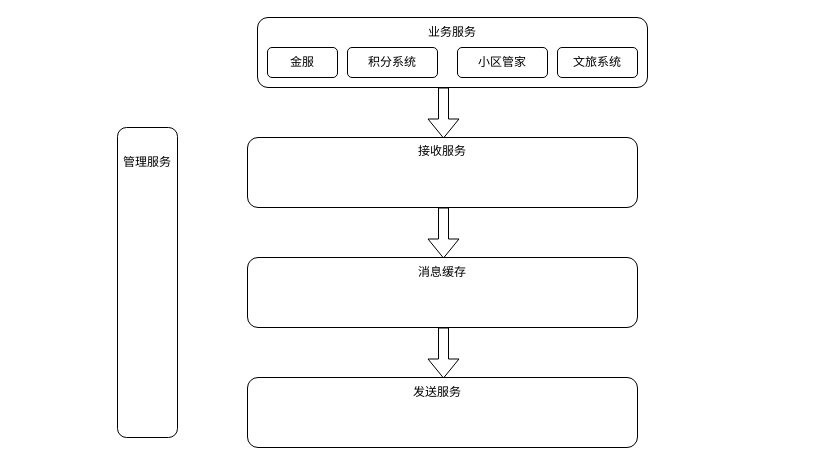
Earlier version of the draw.io diagram 业务架构.drawio (yueming158/draw). Source tidied: cells renumbered, new cells numbered last; positions are measured from the earlier drawing's top-left corner, leaving out a move shared by most shapes. Both pictures are drawn from the tidied source at 100%, with x=0, y=0 at pixel (117, 17).
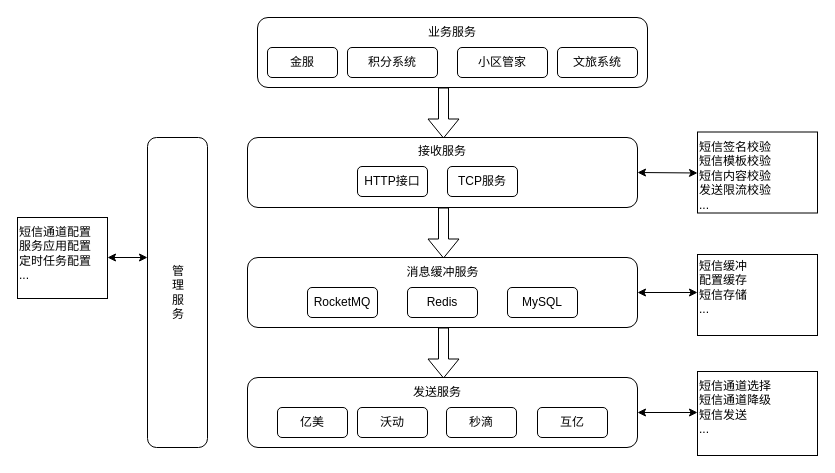
After the change.

Commit message (it also covers changes not shown here):
更新业务架构.drawio

Unchanged cells that the change refers to:
```xml
<mxCell id="5" style="rounded=1;whiteSpace=wrap;html=1;" parent="1" vertex="1">
  <mxGeometry x="130" y="120" width="390" height="70" as="geometry" />
</mxCell>
<mxCell id="7" style="rounded=1;whiteSpace=wrap;html=1;" parent="1" vertex="1">
  <mxGeometry x="130" y="240" width="390" height="70" as="geometry" />
</mxCell>
<mxCell id="9" style="rounded=1;whiteSpace=wrap;html=1;" parent="1" vertex="1">
  <mxGeometry x="130" y="360" width="390" height="70" as="geometry" />
</mxCell>
```

The edit, as a diff of the source:
```diff
@@
-    <mxCell id="10" style="rounded=1;whiteSpace=wrap;html=1;" parent="1" vertex="1">
-      <mxGeometry y="110" width="60" height="310" as="geometry" />
-    </mxCell>
@@
-    <mxCell id="12" value="消息缓存" style="text;html=1;strokeColor=none;fillColor=none;align=center;verticalAlign=middle;whiteSpace=wrap;rounded=0;" parent="1" vertex="1">
-      <mxGeometry x="295" y="240" width="60" height="30" as="geometry" />
+    <mxCell id="12" value="消息缓冲服务" style="text;html=1;strokeColor=none;fillColor=none;align=center;verticalAlign=middle;whiteSpace=wrap;rounded=0;" parent="1" vertex="1">
+      <mxGeometry x="287.5" y="240" width="75" height="30" as="geometry" />
     </mxCell>
@@
-    <mxCell id="14" value="管理服务" style="text;html=1;strokeColor=none;fillColor=none;align=center;verticalAlign=middle;whiteSpace=wrap;rounded=0;" parent="1" vertex="1">
-      <mxGeometry y="130" width="60" height="30" as="geometry" />
-    </mxCell>
@@
+    <mxCell id="19" value="HTTP接口" style="rounded=1;whiteSpace=wrap;html=1;verticalAlign=middle;" parent="1" vertex="1">
+      <mxGeometry x="240" y="149" width="70" height="30" as="geometry" />
+    </mxCell>
+    <mxCell id="20" value="TCP服务" style="rounded=1;whiteSpace=wrap;html=1;verticalAlign=middle;" parent="1" vertex="1">
+      <mxGeometry x="330" y="149" width="70" height="30" as="geometry" />
+    </mxCell>
+    <mxCell id="21" value="RocketMQ" style="rounded=1;whiteSpace=wrap;html=1;" parent="1" vertex="1">
+      <mxGeometry x="190" y="270" width="70" height="30" as="geometry" />
+    </mxCell>
+    <mxCell id="22" value="Redis" style="rounded=1;whiteSpace=wrap;html=1;" parent="1" vertex="1">
+      <mxGeometry x="290" y="270" width="70" height="30" as="geometry" />
+    </mxCell>
+    <mxCell id="23" value="MySQL" style="rounded=1;whiteSpace=wrap;html=1;" parent="1" vertex="1">
+      <mxGeometry x="390" y="270" width="70" height="30" as="geometry" />
+    </mxCell>
+    <mxCell id="24" value="亿美" style="rounded=1;whiteSpace=wrap;html=1;" parent="1" vertex="1">
+      <mxGeometry x="160" y="390" width="70" height="30" as="geometry" />
+    </mxCell>
+    <mxCell id="25" value="沃动" style="rounded=1;whiteSpace=wrap;html=1;" parent="1" vertex="1">
+      <mxGeometry x="240" y="390" width="70" height="30" as="geometry" />
+    </mxCell>
+    <mxCell id="26" value="秒滴" style="rounded=1;whiteSpace=wrap;html=1;" parent="1" vertex="1">
+      <mxGeometry x="329" y="390" width="70" height="30" as="geometry" />
+    </mxCell>
+    <mxCell id="27" value="互亿" style="rounded=1;whiteSpace=wrap;html=1;" parent="1" vertex="1">
+      <mxGeometry x="420" y="390" width="70" height="30" as="geometry" />
+    </mxCell>
+    <mxCell id="28" style="group;" parent="1" vertex="1">
+      <mxGeometry x="30" y="120" width="60" height="310" as="geometry" />
+    </mxCell>
+    <mxCell id="10" style="rounded=1;whiteSpace=wrap;html=1;" parent="28" vertex="1">
+      <mxGeometry width="60" height="310" as="geometry" />
+    </mxCell>
+    <mxCell id="14" value="管理服务" style="text;html=1;strokeColor=none;fillColor=none;align=center;verticalAlign=middle;whiteSpace=wrap;rounded=0;" parent="28" vertex="1">
+      <mxGeometry x="30" y="85" height="140" as="geometry" />
+    </mxCell>
+    <mxCell id="29" style="group;" parent="1" vertex="1">
+      <mxGeometry x="580" y="114.5" width="120" height="81" as="geometry" />
+    </mxCell>
+    <mxCell id="30" style="rounded=0;whiteSpace=wrap;html=1;" parent="29" vertex="1">
+      <mxGeometry width="120" height="81" as="geometry" />
+    </mxCell>
+    <mxCell id="31" value="短信签名校验&lt;br&gt;短信模板校验&lt;br&gt;短信内容校验&lt;br&gt;发送限流校验&lt;br&gt;...&lt;br&gt;" style="text;html=1;strokeColor=none;fillColor=none;align=left;verticalAlign=top;whiteSpace=wrap;rounded=0;horizontal=1;" parent="29" vertex="1">
+      <mxGeometry y="1" width="100" height="80" as="geometry" />
+    </mxCell>
+    <mxCell id="32" style="group;" parent="1" vertex="1">
+      <mxGeometry x="580" y="234" width="120" height="81" as="geometry" />
+    </mxCell>
+    <mxCell id="33" style="rounded=0;whiteSpace=wrap;html=1;" parent="32" vertex="1">
+      <mxGeometry y="3" width="120" height="81" as="geometry" />
+    </mxCell>
+    <mxCell id="34" value="短信缓冲&lt;br&gt;配置缓存&lt;br&gt;短信存储&lt;br&gt;..." style="text;html=1;strokeColor=none;fillColor=none;align=left;verticalAlign=top;whiteSpace=wrap;rounded=0;horizontal=1;" parent="32" vertex="1">
+      <mxGeometry y="1" width="100" height="80" as="geometry" />
+    </mxCell>
+    <mxCell id="35" style="group;" parent="1" vertex="1">
+      <mxGeometry x="580" y="354" width="120" height="81" as="geometry" />
+    </mxCell>
+    <mxCell id="36" style="rounded=0;whiteSpace=wrap;html=1;" parent="35" vertex="1">
+      <mxGeometry width="120" height="84" as="geometry" />
+    </mxCell>
+    <mxCell id="37" value="短信通道选择&lt;br&gt;短信通道降级&lt;br&gt;短信发送&lt;br&gt;..." style="text;html=1;strokeColor=none;fillColor=none;align=left;verticalAlign=top;whiteSpace=wrap;rounded=0;horizontal=1;" parent="35" vertex="1">
+      <mxGeometry y="1" width="100" height="80" as="geometry" />
+    </mxCell>
+    <mxCell id="38" style="group;" parent="1" vertex="1">
+      <mxGeometry x="-100" y="200" width="90" height="81" as="geometry" />
+    </mxCell>
+    <mxCell id="39" style="rounded=0;whiteSpace=wrap;html=1;" parent="38" vertex="1">
+      <mxGeometry width="90" height="81" as="geometry" />
+    </mxCell>
+    <mxCell id="40" value="短信通道配置&lt;br&gt;服务应用配置&lt;br&gt;定时任务配置&lt;br&gt;..." style="text;html=1;strokeColor=none;fillColor=none;align=left;verticalAlign=top;whiteSpace=wrap;rounded=0;horizontal=1;" parent="38" vertex="1">
+      <mxGeometry y="1" width="75" height="80" as="geometry" />
+    </mxCell>
+    <mxCell id="41" style="endArrow=classic;startArrow=classic;html=1;rounded=0;" parent="1" edge="1">
+      <mxGeometry relative="1" as="geometry">
+        <mxPoint x="-10" y="240" as="sourcePoint" />
+        <mxPoint x="30" y="240" as="targetPoint" />
+      </mxGeometry>
+    </mxCell>
+    <mxCell id="42" style="endArrow=classic;startArrow=classic;html=1;rounded=0;exitX=1;exitY=0.5;exitDx=0;exitDy=0;entryX=0;entryY=0.5;entryDx=0;entryDy=0;" parent="1" edge="1" source="5" target="31">
+      <mxGeometry relative="1" as="geometry" />
+    </mxCell>
+    <mxCell id="43" style="endArrow=classic;startArrow=classic;html=1;rounded=0;exitX=1;exitY=0.5;exitDx=0;exitDy=0;entryX=0;entryY=0.5;entryDx=0;entryDy=0;" parent="1" edge="1" source="9" target="37">
+      <mxGeometry relative="1" as="geometry" />
+    </mxCell>
+    <mxCell id="44" style="endArrow=classic;startArrow=classic;html=1;rounded=0;exitX=1;exitY=0.5;exitDx=0;exitDy=0;entryX=0;entryY=0.5;entryDx=0;entryDy=0;" parent="1" edge="1" source="7" target="34">
+      <mxGeometry relative="1" as="geometry" />
+    </mxCell>
```
